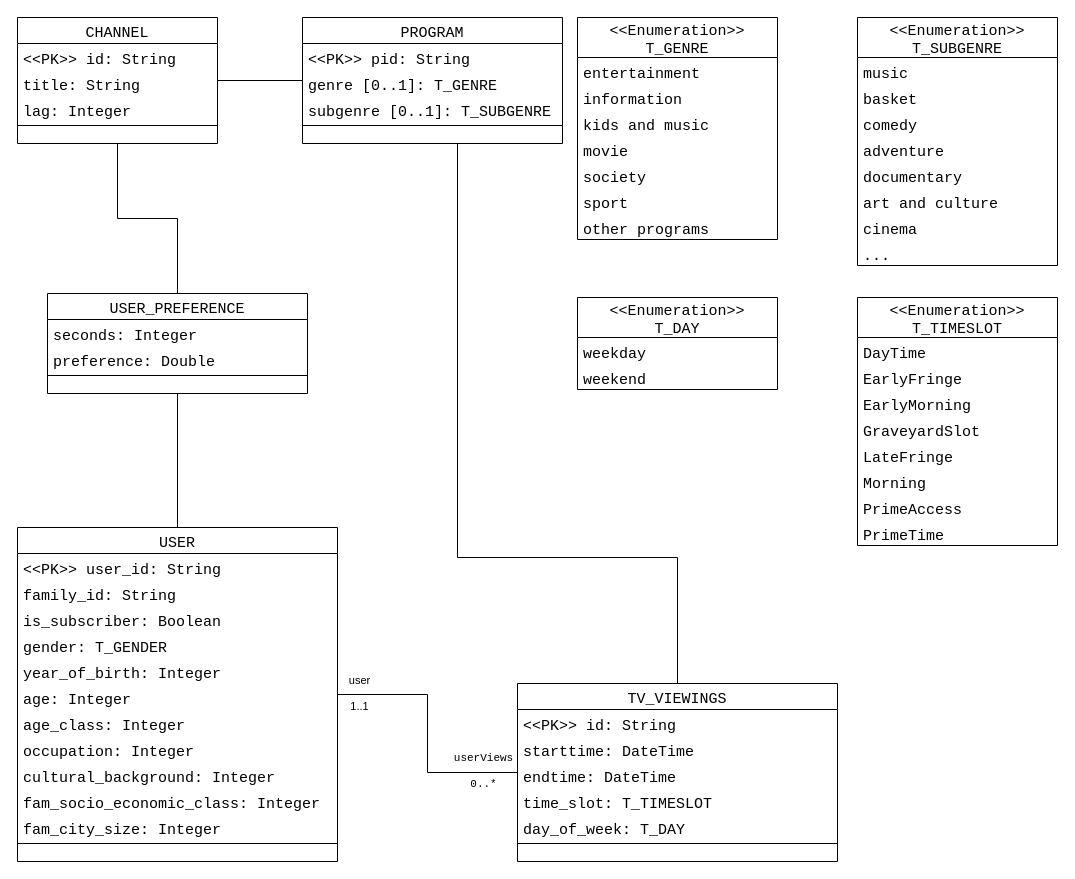
This is page "Conceptual Design" (1 of 2) of report/Auditel.drawio from CriDiba/couchbase-project, a draw.io file, before an edit. Source tidied: cells renumbered, new cells numbered last; positions are measured from the earlier drawing's top-left corner, leaving out a move shared by most shapes. Both pictures are drawn from the tidied source at 100%, with x=0, y=0 at pixel (17, 17).
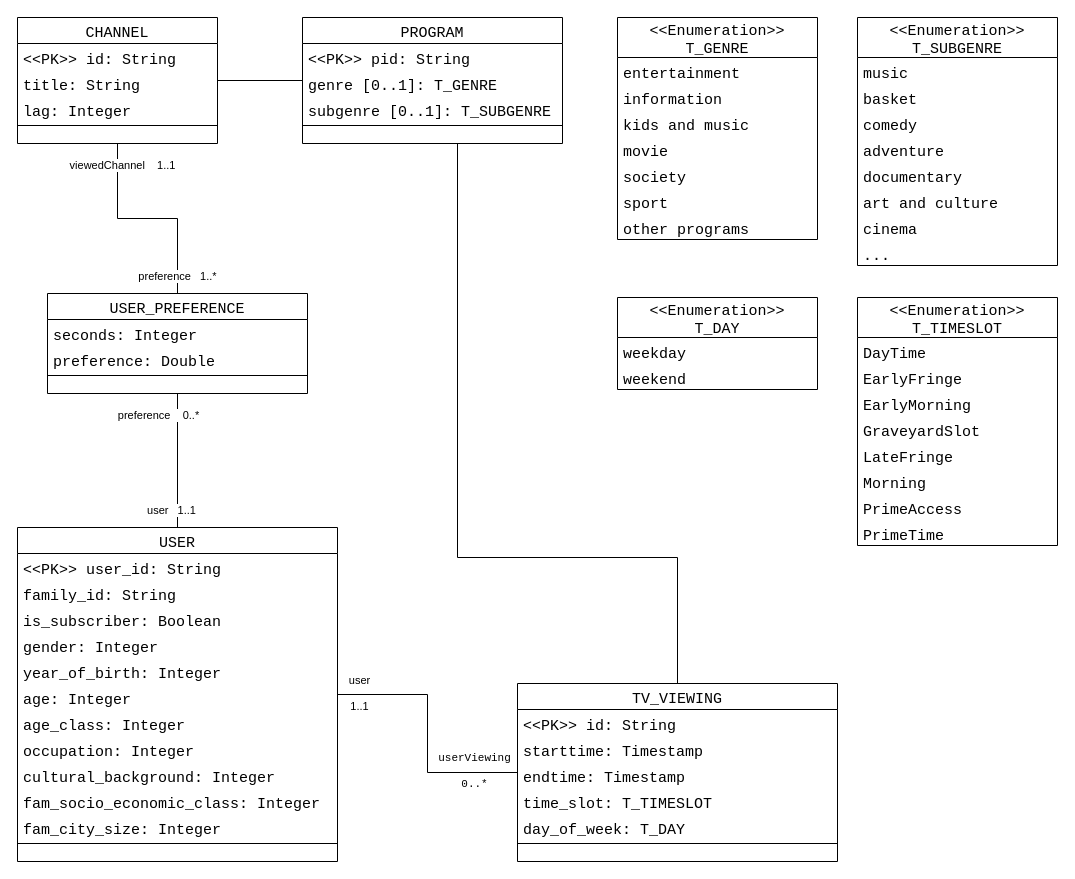
The same diagram, later.

The change refers to these unchanged cells:
```xml
<mxCell id="32" style="edgeStyle=orthogonalEdgeStyle;rounded=0;jettySize=auto;html=1;endArrow=none;endFill=0;" parent="1" edge="1" source="36" target="51">
  <mxGeometry relative="1" as="geometry" />
</mxCell>
<mxCell id="33" style="edgeStyle=orthogonalEdgeStyle;rounded=0;jettySize=auto;html=1;endArrow=none;endFill=0;" parent="1" edge="1" source="36" target="57">
  <mxGeometry relative="1" as="geometry" />
</mxCell>
<mxCell id="36" value="USER" style="swimlane;fontStyle=0;horizontal=1;startSize=26;fillColor=none;fontFamily=Courier New;fontSize=15;" parent="1" vertex="1">
  <mxGeometry y="510" width="320" height="334" as="geometry" />
</mxCell>
<mxCell id="50" style="edgeStyle=orthogonalEdgeStyle;rounded=0;jettySize=auto;html=1;endArrow=none;endFill=0;" parent="1" edge="1" source="51" target="2">
  <mxGeometry relative="1" as="geometry">
    <Array as="points">
      <mxPoint x="160" y="201" />
      <mxPoint x="100" y="201" />
    </Array>
  </mxGeometry>
</mxCell>
```

Change to the diagram source:
```diff
@@
     <mxCell id="15" value="&lt;&lt;Enumeration&gt;&gt;&#10;T_GENRE" style="swimlane;fontStyle=0;horizontal=1;startSize=40;fillColor=none;fontFamily=Courier New;fontSize=15;" parent="1" vertex="1">
-      <mxGeometry x="560" width="200" height="222" as="geometry" />
+      <mxGeometry x="600" width="200" height="222" as="geometry" />
     </mxCell>
@@
+    <mxCell id="77" value="preference&amp;nbsp;&amp;nbsp;&amp;nbsp; 0..*" style="edgeLabel;html=1;align=center;verticalAlign=middle;" parent="32" vertex="1">
+      <mxGeometry x="0.69" relative="1" as="geometry">
+        <mxPoint x="-20" as="offset" />
+      </mxGeometry>
+    </mxCell>
+    <mxCell id="78" value="user&amp;nbsp;&amp;nbsp; 1..1" style="edgeLabel;html=1;align=center;verticalAlign=middle;" parent="32" vertex="1">
+      <mxGeometry x="-0.73" y="1" relative="1" as="geometry">
+        <mxPoint x="-6" as="offset" />
+      </mxGeometry>
+    </mxCell>
@@
-    <mxCell id="34" value="&lt;pre dir=&quot;ltr&quot; style=&quot;&quot; id=&quot;tw-target-text&quot; class=&quot;tw-data-text tw-text-large tw-ta&quot;&gt;&lt;span class=&quot;Y2IQFc&quot; lang=&quot;en&quot;&gt;userViews&lt;/span&gt;&lt;br&gt;&lt;br&gt;0..*&lt;br&gt;&lt;/pre&gt;" style="edgeLabel;html=1;align=center;verticalAlign=middle;labelBackgroundColor=none;" parent="33" vertex="1">
+    <mxCell id="34" value="&lt;pre dir=&quot;ltr&quot; style=&quot;&quot; id=&quot;tw-target-text&quot; class=&quot;tw-data-text tw-text-large tw-ta&quot;&gt;&lt;span class=&quot;Y2IQFc&quot; lang=&quot;en&quot;&gt;userVi&lt;/span&gt;&lt;span class=&quot;Y2IQFc&quot; lang=&quot;en&quot;&gt;ewing&lt;/span&gt;&lt;br&gt;&lt;br&gt;0..*&lt;br&gt;&lt;/pre&gt;" style="edgeLabel;html=1;align=center;verticalAlign=middle;labelBackgroundColor=none;" parent="33" vertex="1">
       <mxGeometry x="0.82" y="4" relative="1" as="geometry">
-        <mxPoint x="-12" y="2" as="offset" />
+        <mxPoint x="-21" y="2" as="offset" />
       </mxGeometry>
     </mxCell>
@@
-    <mxCell id="40" value="gender: T_GENDER" style="text;strokeColor=none;fillColor=none;align=left;verticalAlign=top;spacingLeft=4;spacingRight=4;overflow=hidden;fontFamily=Courier New;fontSize=15;" parent="36" vertex="1">
+    <mxCell id="40" value="gender: Integer" style="text;strokeColor=none;fillColor=none;align=left;verticalAlign=top;spacingLeft=4;spacingRight=4;overflow=hidden;fontFamily=Courier New;fontSize=15;" parent="36" vertex="1">
       <mxGeometry y="104" width="320" height="26" as="geometry" />
     </mxCell>
@@
+    <mxCell id="79" value="preference&amp;nbsp;&amp;nbsp; 1..*" style="edgeLabel;html=1;align=center;verticalAlign=middle;" parent="50" vertex="1">
+      <mxGeometry x="-0.83" y="1" relative="1" as="geometry" />
+    </mxCell>
+    <mxCell id="80" value="&lt;div&gt;viewedChannel&amp;nbsp;&amp;nbsp;&amp;nbsp; 1..1&lt;/div&gt;" style="edgeLabel;html=1;align=center;verticalAlign=middle;" parent="50" vertex="1">
+      <mxGeometry x="0.8" y="-4" relative="1" as="geometry" />
+    </mxCell>
@@
-    <mxCell id="57" value="TV_VIEWINGS" style="swimlane;fontStyle=0;horizontal=1;startSize=26;fillColor=none;fontFamily=Courier New;fontSize=15;" parent="1" vertex="1">
+    <mxCell id="57" value="TV_VIEWING" style="swimlane;fontStyle=0;horizontal=1;startSize=26;fillColor=none;fontFamily=Courier New;fontSize=15;" parent="1" vertex="1">
       <mxGeometry x="500" y="666" width="320" height="178" as="geometry" />
     </mxCell>
@@
-    <mxCell id="59" value="starttime: DateTime" style="text;strokeColor=none;fillColor=none;align=left;verticalAlign=top;spacingLeft=4;spacingRight=4;overflow=hidden;fontFamily=Courier New;fontSize=15;" parent="57" vertex="1">
+    <mxCell id="59" value="starttime: Timestamp" style="text;strokeColor=none;fillColor=none;align=left;verticalAlign=top;spacingLeft=4;spacingRight=4;overflow=hidden;fontFamily=Courier New;fontSize=15;" parent="57" vertex="1">
       <mxGeometry y="52" width="320" height="26" as="geometry" />
     </mxCell>
-    <mxCell id="60" value="endtime: DateTime" style="text;strokeColor=none;fillColor=none;align=left;verticalAlign=top;spacingLeft=4;spacingRight=4;overflow=hidden;fontFamily=Courier New;fontSize=15;" parent="57" vertex="1">
+    <mxCell id="60" value="endtime: Timestamp" style="text;strokeColor=none;fillColor=none;align=left;verticalAlign=top;spacingLeft=4;spacingRight=4;overflow=hidden;fontFamily=Courier New;fontSize=15;" parent="57" vertex="1">
       <mxGeometry y="78" width="320" height="26" as="geometry" />
     </mxCell>
@@
     <mxCell id="74" value="&lt;&lt;Enumeration&gt;&gt;&#10;T_DAY" style="swimlane;fontStyle=0;horizontal=1;startSize=40;fillColor=none;fontFamily=Courier New;fontSize=15;" parent="1" vertex="1">
-      <mxGeometry x="560" y="280" width="200" height="92" as="geometry" />
+      <mxGeometry x="600" y="280" width="200" height="92" as="geometry" />
     </mxCell>
```
